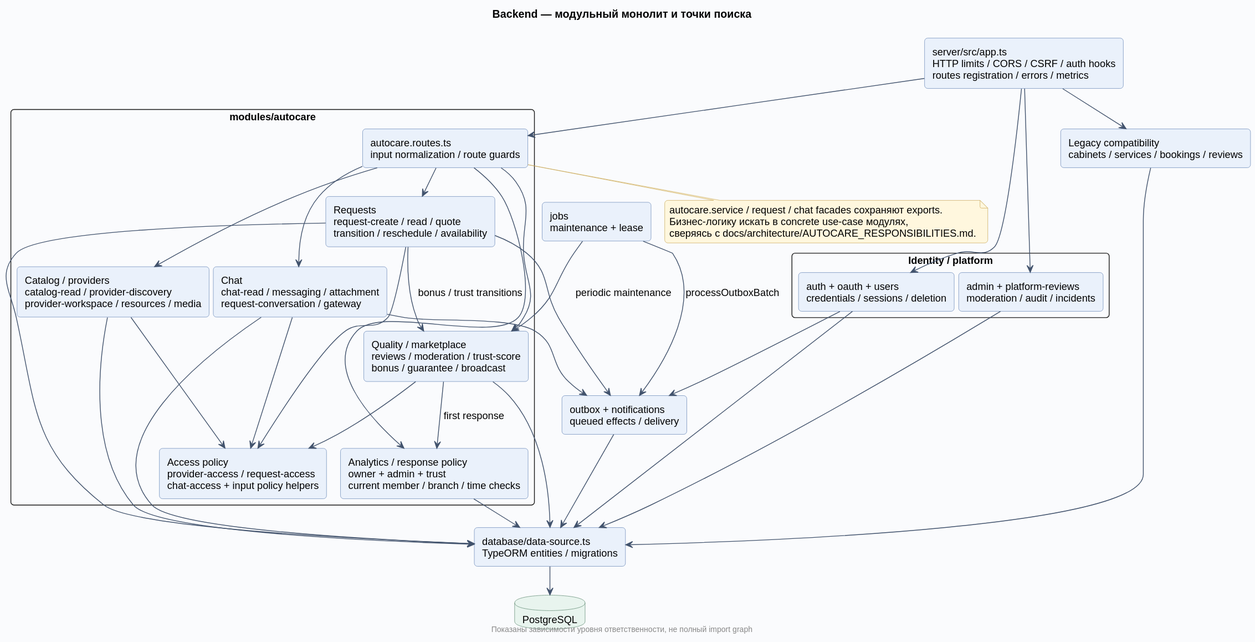
Dima163163/auto-care-hub keeps this PlantUML diagram as docs/diagrams/rendered/04-backend.svg. Above is the earlier version.
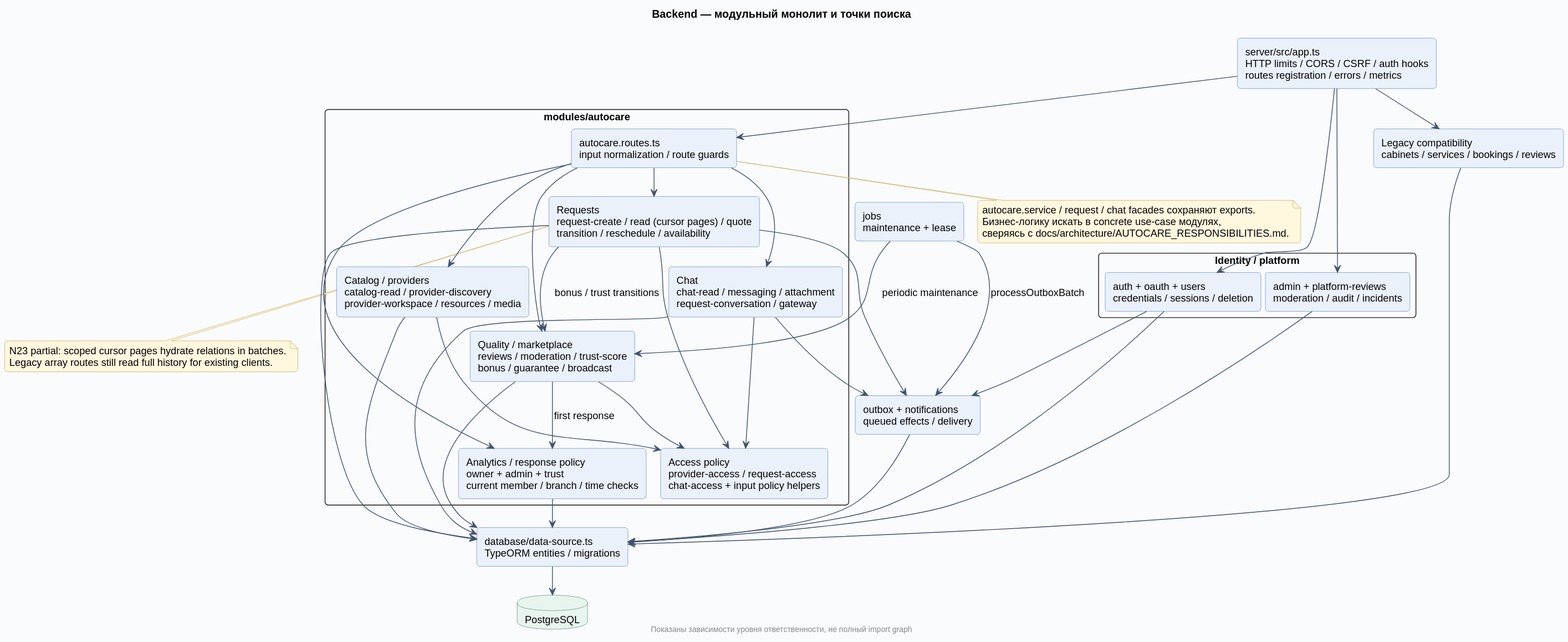
The same file after the commit.

Change to the diagram source:
```diff
@@ -10,7 +10,7 @@
 package "modules/autocare" {
   component "autocare.routes.ts\ninput normalization / route guards" as Routes
   component "Catalog / providers\ncatalog-read / provider-discovery\nprovider-workspace / resources / media" as Providers
-  component "Requests\nrequest-create / read / quote\ntransition / reschedule / availability" as Requests
+  component "Requests\nrequest-create / read (cursor pages) / quote\ntransition / reschedule / availability" as Requests
   component "Chat\nchat-read / messaging / attachment\nrequest-conversation / gateway" as Chat
   component "Quality / marketplace\nreviews / moderation / trust-score\nbonus / guarantee / broadcast" as Quality
   component "Analytics / response policy\nowner + admin + trust\ncurrent member / branch / time checks" as Analytics
@@ -56,5 +56,9 @@
   Бизнес-логику искать в concrete use-case модулях,
   сверяясь с docs/architecture/AUTOCARE_RESPONSIBILITIES.md.
 end note
+note bottom of Requests
+  N23 partial: scoped cursor pages hydrate relations in batches.
+  Legacy array routes still read full history for existing clients.
+end note
 footer Показаны зависимости уровня ответственности, не полный import graph
 @enduml
```
